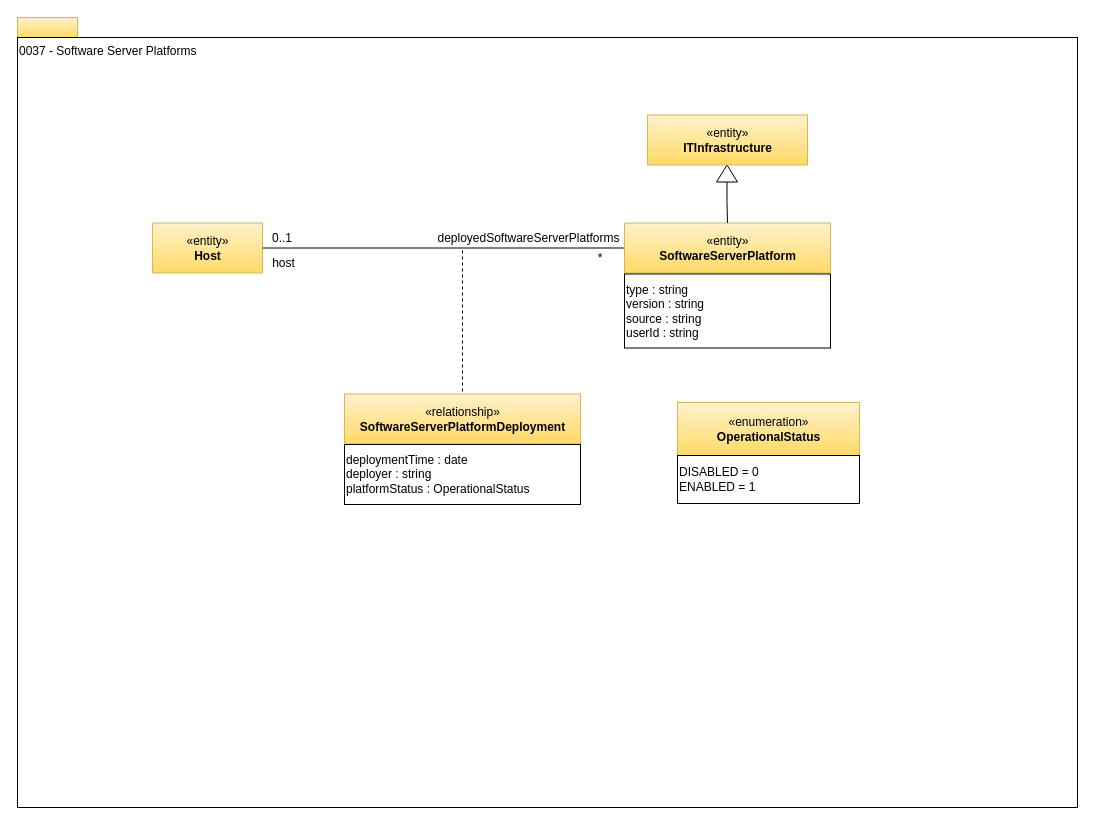
odpi/egeria keeps this draw.io diagram as page "0037-Software-Server-Platforms" (12 of 20) of open-metadata-publication/website/open-metadata-types/area-0-basic-types-and-infrastructure.drawio. Above is the earlier version. Source tidied: cells renumbered, new cells numbered last; positions are measured from the earlier drawing's top-left corner, leaving out a move shared by most shapes. Both pictures are drawn from the tidied source at 100%, with x=0, y=0 at pixel (17, 17).
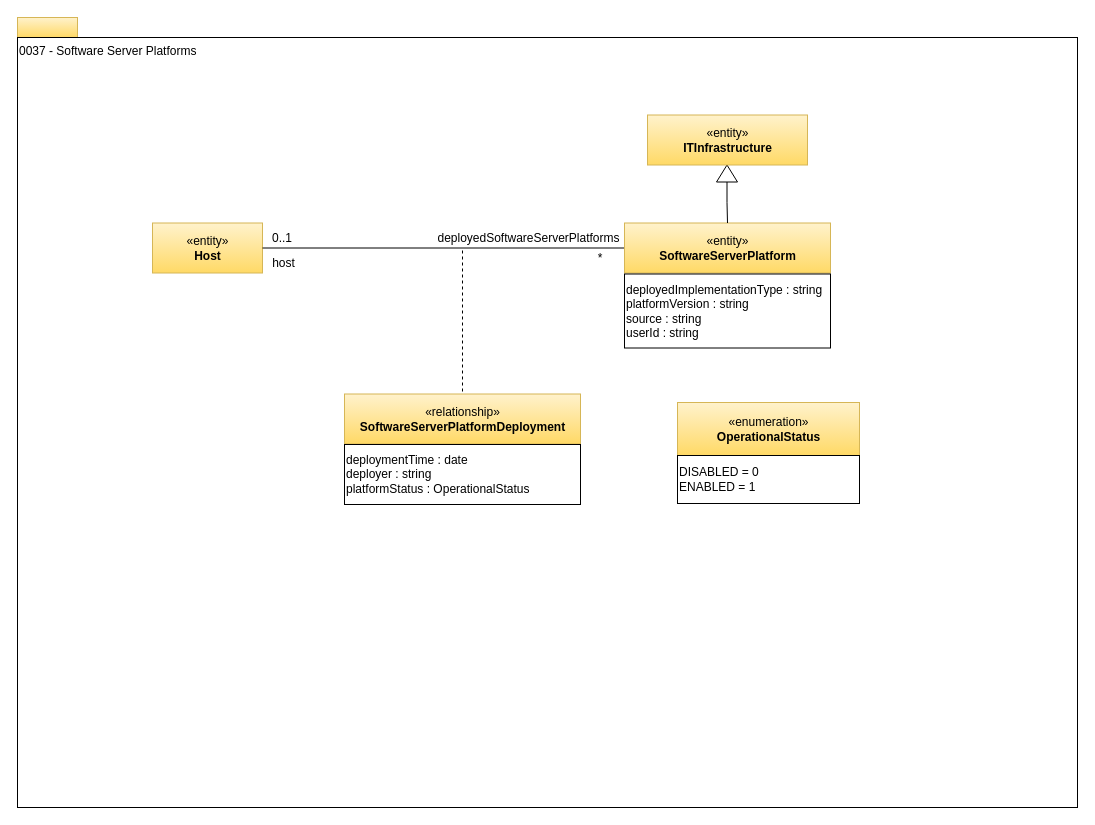
After the change.

The edit, as a diff of the source:
```diff
@@
-    <mxCell id="9" value="type : string&lt;br&gt;version : string&lt;br&gt;source : string&lt;br&gt;userId : string&lt;br&gt;" style="rounded=0;whiteSpace=wrap;html=1;strokeColor=#000000;gradientColor=#ffffff;align=left;" parent="1" vertex="1">
+    <mxCell id="9" value="deployedImplementationType : string&lt;br&gt;platformVersion : string&lt;br&gt;source : string&lt;br&gt;userId : string" style="rounded=0;whiteSpace=wrap;html=1;strokeColor=#000000;gradientColor=#ffffff;align=left;" parent="1" vertex="1">
       <mxGeometry x="607" y="256.5" width="206" height="74" as="geometry" />
     </mxCell>
```
